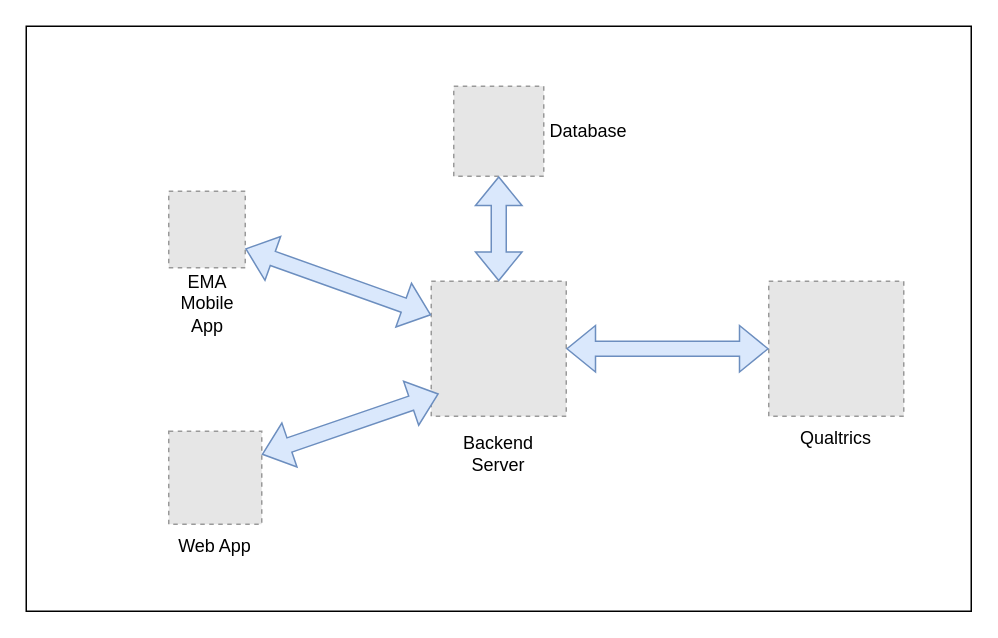
Above: EMA.drawio in JohnMugambi/Files (draw.io), before the change. Source tidied: cells renumbered, new cells numbered last; positions are measured from the earlier drawing's top-left corner, leaving out a move shared by most shapes. Both pictures are drawn from the tidied source at 150%, with x=0, y=0 at pixel (26, 26). Pictures stored in the file or linked from it are replaced by grey dashed boxes.
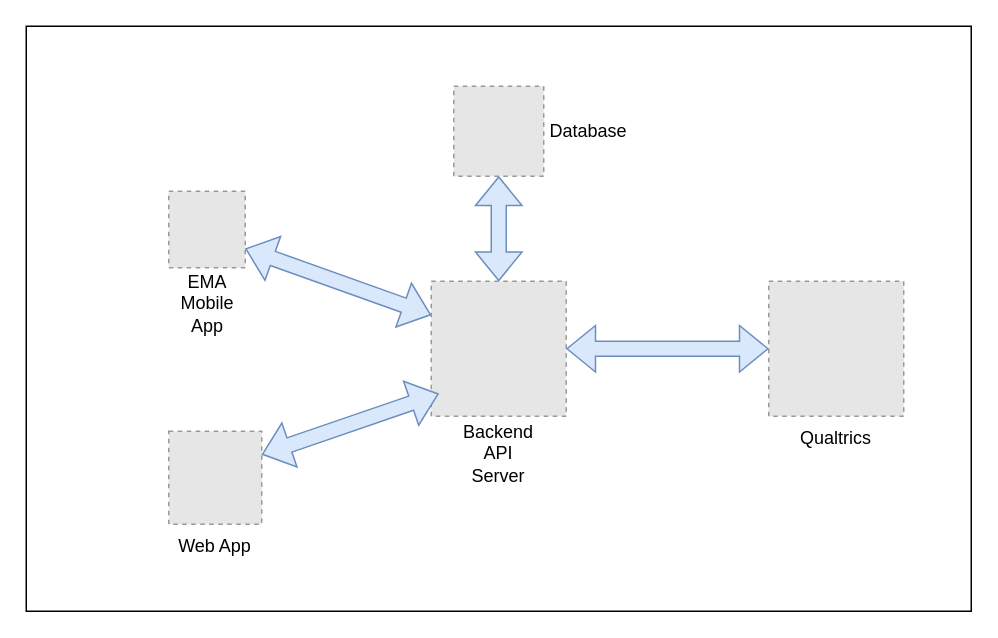
The same diagram, later.

Change to the diagram source:
```diff
@@
 <mxGraphModel>
   <root>
     <mxCell id="0" />
     <mxCell id="1" parent="0" />
     <mxCell id="2" style="rounded=0;whiteSpace=wrap;html=1;" parent="1" vertex="1">
       <mxGeometry width="630" height="390" as="geometry" />
     </mxCell>
     <mxCell id="3" style="fillColor=#E6E6E6;strokeColor=#999999;dashed=1;verticalLabelPosition=bottom;labelBackgroundColor=default;verticalAlign=top;" parent="1" vertex="1">
       <mxGeometry x="95" y="110" width="51" height="51" as="geometry" />
     </mxCell>
     <mxCell id="4" style="fillColor=#E6E6E6;strokeColor=#999999;dashed=1;verticalLabelPosition=bottom;labelBackgroundColor=default;verticalAlign=top;" parent="1" vertex="1">
       <mxGeometry x="95" y="270" width="62" height="62" as="geometry" />
     </mxCell>
     <mxCell id="5" style="fillColor=#E6E6E6;strokeColor=#999999;dashed=1;verticalLabelPosition=bottom;labelBackgroundColor=default;verticalAlign=top;" parent="1" vertex="1">
       <mxGeometry x="495" y="170" width="90" height="90" as="geometry" />
     </mxCell>
     <mxCell id="6" style="fillColor=#E6E6E6;strokeColor=#999999;dashed=1;verticalLabelPosition=bottom;labelBackgroundColor=default;verticalAlign=top;" parent="1" vertex="1">
       <mxGeometry x="285" y="40" width="60" height="60" as="geometry" />
     </mxCell>
     <mxCell id="7" style="fillColor=#E6E6E6;strokeColor=#999999;dashed=1;verticalLabelPosition=bottom;labelBackgroundColor=default;verticalAlign=top;" parent="1" vertex="1">
       <mxGeometry x="270" y="170" width="90" height="90" as="geometry" />
     </mxCell>
     <mxCell id="8" style="shape=flexArrow;endArrow=classic;startArrow=classic;html=1;rounded=0;exitX=1;exitY=0.75;exitDx=0;exitDy=0;entryX=0;entryY=0.25;entryDx=0;entryDy=0;fillColor=#dae8fc;strokeColor=#6c8ebf;" parent="1" edge="1" source="3" target="7">
       <mxGeometry relative="1" as="geometry" />
     </mxCell>
     <mxCell id="9" style="shape=flexArrow;endArrow=classic;startArrow=classic;html=1;rounded=0;exitX=1;exitY=0.25;exitDx=0;exitDy=0;entryX=0.056;entryY=0.833;entryDx=0;entryDy=0;entryPerimeter=0;fillColor=#dae8fc;strokeColor=#6c8ebf;" parent="1" edge="1" source="4" target="7">
       <mxGeometry relative="1" as="geometry" />
     </mxCell>
     <mxCell id="10" style="shape=flexArrow;endArrow=classic;startArrow=classic;html=1;rounded=0;entryX=0.5;entryY=1;entryDx=0;entryDy=0;exitX=0.5;exitY=0;exitDx=0;exitDy=0;fillColor=#dae8fc;strokeColor=#6c8ebf;" parent="1" edge="1" source="7" target="6">
       <mxGeometry relative="1" as="geometry" />
     </mxCell>
     <mxCell id="11" style="shape=flexArrow;endArrow=classic;startArrow=classic;html=1;rounded=0;entryX=0;entryY=0.5;entryDx=0;entryDy=0;exitX=1;exitY=0.5;exitDx=0;exitDy=0;fillColor=#dae8fc;strokeColor=#6c8ebf;" parent="1" edge="1" source="7" target="5">
       <mxGeometry relative="1" as="geometry" />
     </mxCell>
     <mxCell id="12" value="Database" style="text;html=1;align=center;verticalAlign=middle;whiteSpace=wrap;rounded=0;" parent="1" vertex="1">
       <mxGeometry x="345" y="55" width="60" height="30" as="geometry" />
     </mxCell>
-    <mxCell id="13" value="Backend Server" style="text;html=1;align=center;verticalAlign=middle;whiteSpace=wrap;rounded=0;" parent="1" vertex="1">
+    <mxCell id="13" value="&lt;div&gt;Backend API Server&lt;/div&gt;" style="text;html=1;align=center;verticalAlign=middle;whiteSpace=wrap;rounded=0;" parent="1" vertex="1">
       <mxGeometry x="285" y="270" width="60" height="30" as="geometry" />
     </mxCell>
     <mxCell id="14" value="Web App" style="text;html=1;align=center;verticalAlign=middle;whiteSpace=wrap;rounded=0;" parent="1" vertex="1">
       <mxGeometry x="96" y="332" width="60" height="30" as="geometry" />
     </mxCell>
     <mxCell id="15" value="EMA Mobile App" style="text;html=1;align=center;verticalAlign=middle;whiteSpace=wrap;rounded=0;" parent="1" vertex="1">
       <mxGeometry x="90.5" y="170" width="60" height="30" as="geometry" />
     </mxCell>
     <mxCell id="16" value="Qualtrics" style="text;html=1;align=center;verticalAlign=middle;whiteSpace=wrap;rounded=0;" parent="1" vertex="1">
       <mxGeometry x="510" y="260" width="60" height="30" as="geometry" />
     </mxCell>
   </root>
 </mxGraphModel>
```
